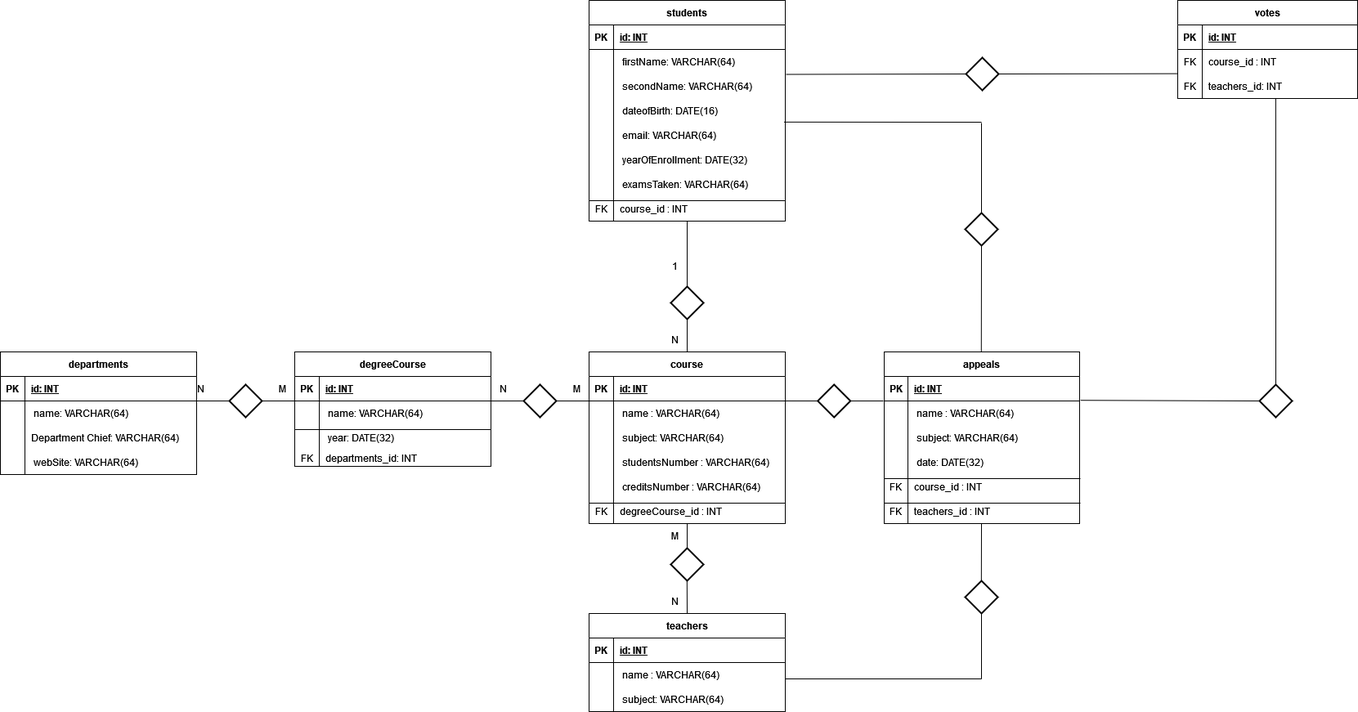
Before: db-university.drawio.png, a diagram exported from draw.io (AlessandroDiNardo/db-university). Source tidied: cells renumbered, new cells last; positions are measured from the earlier drawing's top-left corner, leaving out a move shared by most shapes.
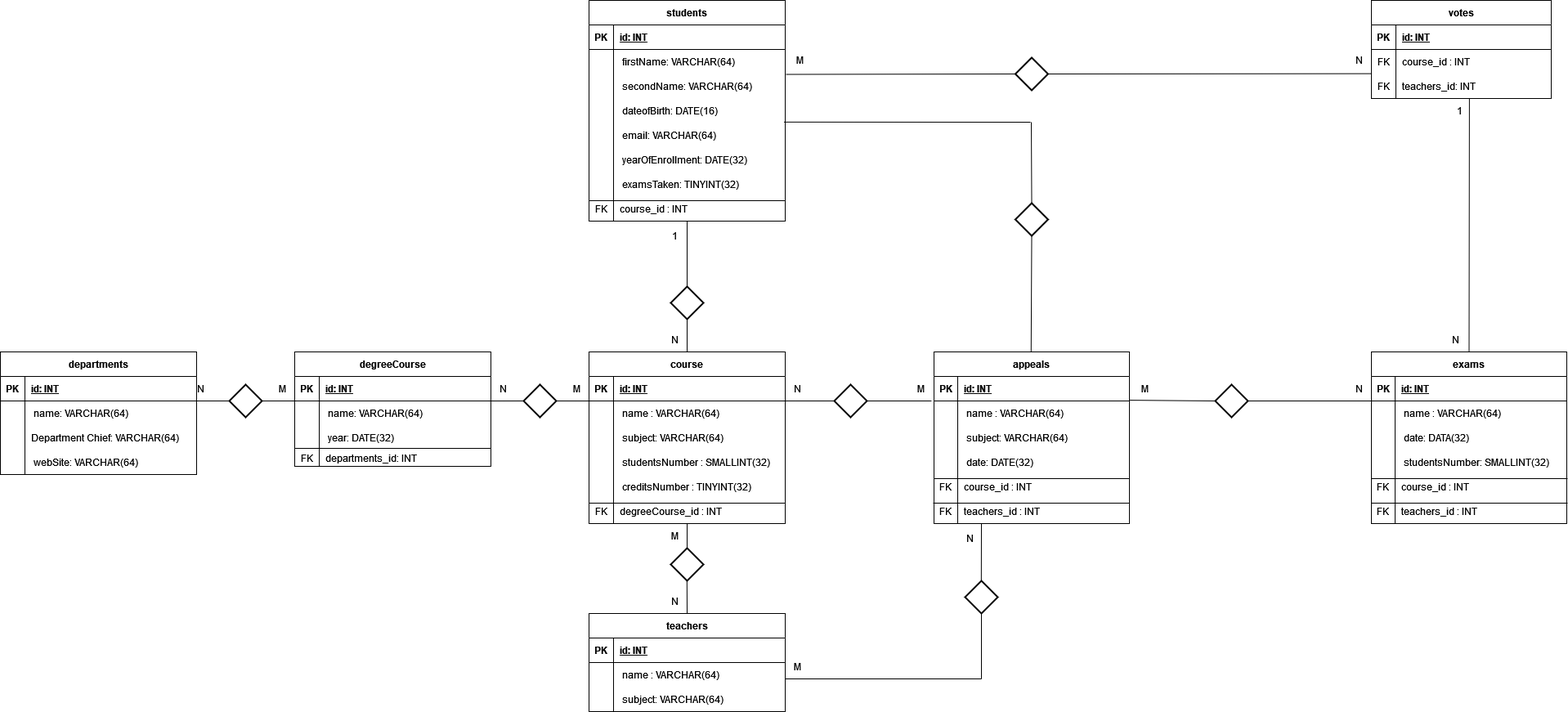
Later version of the same file.

Diff of the diagram source:
```diff
@@ -144,7 +144,7 @@
     <mxCell id="47" style="shape=partialRectangle;fillColor=none;top=0;left=0;bottom=0;right=0;overflow=hidden;labelBackgroundColor=none;rounded=0;" parent="46" vertex="1">
       <mxGeometry width="30" height="30" as="geometry" />
     </mxCell>
-    <mxCell id="48" value=" studentsNumber : VARCHAR(64)" style="shape=partialRectangle;fillColor=none;top=0;left=0;bottom=0;right=0;align=left;spacingLeft=6;overflow=hidden;verticalAlign=middle;labelBackgroundColor=none;rounded=0;" parent="46" vertex="1">
+    <mxCell id="48" value=" studentsNumber : SMALLINT(32)" style="shape=partialRectangle;fillColor=none;top=0;left=0;bottom=0;right=0;align=left;spacingLeft=6;overflow=hidden;verticalAlign=middle;labelBackgroundColor=none;rounded=0;" parent="46" vertex="1">
       <mxGeometry x="30" width="210" height="30" as="geometry" />
     </mxCell>
     <mxCell id="49" style="shape=tableRow;horizontal=0;startSize=0;swimlaneHead=0;swimlaneBody=0;fillColor=none;top=0;left=0;right=0;bottom=0;labelBackgroundColor=none;rounded=0;" parent="36" vertex="1">
@@ -153,7 +153,7 @@
     <mxCell id="50" style="shape=partialRectangle;fillColor=none;top=0;left=0;bottom=0;right=0;overflow=hidden;labelBackgroundColor=none;rounded=0;" parent="49" vertex="1">
       <mxGeometry width="30" height="30" as="geometry" />
     </mxCell>
-    <mxCell id="51" value=" creditsNumber : VARCHAR(64)" style="shape=partialRectangle;fillColor=none;top=0;left=0;bottom=0;right=0;align=left;spacingLeft=6;overflow=hidden;verticalAlign=middle;labelBackgroundColor=none;rounded=0;" parent="49" vertex="1">
+    <mxCell id="51" value=" creditsNumber : TINYINT(32)" style="shape=partialRectangle;fillColor=none;top=0;left=0;bottom=0;right=0;align=left;spacingLeft=6;overflow=hidden;verticalAlign=middle;labelBackgroundColor=none;rounded=0;" parent="49" vertex="1">
       <mxGeometry x="30" width="210" height="30" as="geometry" />
     </mxCell>
     <mxCell id="52" style="shape=tableRow;horizontal=0;startSize=0;swimlaneHead=0;swimlaneBody=0;fillColor=none;top=0;left=0;right=0;bottom=0;labelBackgroundColor=none;rounded=0;" parent="36" vertex="1">
@@ -175,7 +175,7 @@
       <mxGeometry x="720" y="610" width="240" height="10" as="geometry" />
     </mxCell>
     <mxCell id="58" style="line;strokeWidth=1;dashed=0;labelPosition=right;align=left;verticalAlign=middle;spacingTop=0;spacingLeft=6;fillColor=none;labelBackgroundColor=none;rounded=0;" parent="1" vertex="1">
-      <mxGeometry x="360" y="520" width="240" height="10" as="geometry" />
+      <mxGeometry x="360" y="543" width="240" height="10" as="geometry" />
     </mxCell>
     <mxCell id="59" style="strokeWidth=2;html=1;shape=mxgraph.flowchart.decision;whiteSpace=wrap;fillColor=none;direction=south;labelBackgroundColor=none;rounded=0;" parent="1" vertex="1">
       <mxGeometry x="820" y="670" width="40" height="40" as="geometry" />
@@ -294,7 +294,7 @@
     <mxCell id="94" style="shape=partialRectangle;fillColor=none;top=0;left=0;bottom=0;right=0;overflow=hidden;labelBackgroundColor=none;rounded=0;" parent="93" vertex="1">
       <mxGeometry width="30" height="30" as="geometry" />
     </mxCell>
-    <mxCell id="95" value=" examsTaken: VARCHAR(64)" style="shape=partialRectangle;fillColor=none;top=0;left=0;bottom=0;right=0;align=left;spacingLeft=6;overflow=hidden;verticalAlign=middle;labelBackgroundColor=none;rounded=0;" parent="93" vertex="1">
+    <mxCell id="95" value=" examsTaken: TINYINT(32)" style="shape=partialRectangle;fillColor=none;top=0;left=0;bottom=0;right=0;align=left;spacingLeft=6;overflow=hidden;verticalAlign=middle;labelBackgroundColor=none;rounded=0;" parent="93" vertex="1">
       <mxGeometry x="30" width="210" height="30" as="geometry" />
     </mxCell>
     <mxCell id="96" style="shape=tableRow;horizontal=0;startSize=0;swimlaneHead=0;swimlaneBody=0;fillColor=none;top=0;left=0;right=0;bottom=0;labelBackgroundColor=none;rounded=0;" parent="74" vertex="1">
@@ -313,7 +313,7 @@
       <mxGeometry x="810" y="400" width="30" height="30" as="geometry" />
     </mxCell>
     <mxCell id="101" value="1" style="text;html=1;align=center;verticalAlign=middle;strokeColor=none;fillColor=none;labelBackgroundColor=none;rounded=0;" parent="1" vertex="1">
-      <mxGeometry x="810" y="310" width="30" height="30" as="geometry" />
+      <mxGeometry x="810" y="273" width="30" height="30" as="geometry" />
     </mxCell>
     <mxCell id="102" value="M" style="text;html=1;align=center;verticalAlign=middle;strokeColor=none;fillColor=none;labelBackgroundColor=none;rounded=0;" parent="1" vertex="1">
       <mxGeometry x="810" y="640" width="30" height="30" as="geometry" />
@@ -322,7 +322,7 @@
       <mxGeometry x="810" y="720" width="30" height="30" as="geometry" />
     </mxCell>
     <mxCell id="104" value="appeals" style="shape=table;startSize=30;rowLines=0;fontStyle=1;align=center;labelBackgroundColor=none;rounded=0;" parent="1" vertex="1">
-      <mxGeometry x="1081" y="430" width="239" height="210" as="geometry" />
+      <mxGeometry x="1142" y="430" width="239" height="210" as="geometry" />
     </mxCell>
     <mxCell id="105" style="shape=tableRow;horizontal=0;startSize=0;swimlaneHead=0;swimlaneBody=0;fillColor=none;points=[[0,0.5],[1,0.5]];portConstraint=eastwest;top=0;left=0;right=0;bottom=1;labelBackgroundColor=none;rounded=0;" parent="104" vertex="1">
       <mxGeometry y="30" width="239" height="30" as="geometry" />
@@ -382,19 +382,17 @@
       <mxGeometry relative="1" as="geometry" />
     </mxCell>
     <mxCell id="124" style="strokeWidth=2;html=1;shape=mxgraph.flowchart.decision;whiteSpace=wrap;fillColor=none;labelBackgroundColor=none;rounded=0;" parent="1" vertex="1">
-      <mxGeometry x="999.8" y="470" width="40" height="40" as="geometry" />
+      <mxGeometry x="1020" y="470" width="40" height="40" as="geometry" />
     </mxCell>
-    <mxCell id="125" style="endArrow=none;html=1;rounded=0;startArrow=none;exitX=1;exitY=0.5;exitDx=0;exitDy=0;exitPerimeter=0;labelBackgroundColor=none;fontColor=default;" parent="1" edge="1" source="124">
-      <mxGeometry relative="1" as="geometry">
-        <mxPoint x="1080" y="490" as="targetPoint" />
-      </mxGeometry>
+    <mxCell id="125" style="endArrow=none;html=1;rounded=0;startArrow=none;exitX=1;exitY=0.5;exitDx=0;exitDy=0;exitPerimeter=0;labelBackgroundColor=none;fontColor=default;entryX=-0.013;entryY=1;entryDx=0;entryDy=0;entryPerimeter=0;" parent="1" edge="1" source="124" target="105">
+      <mxGeometry relative="1" as="geometry" />
     </mxCell>
     <mxCell id="126" style="strokeWidth=2;html=1;shape=mxgraph.flowchart.decision;whiteSpace=wrap;fillColor=none;labelBackgroundColor=none;rounded=0;" parent="1" vertex="1">
-      <mxGeometry x="1180" y="260" width="40" height="40" as="geometry" />
+      <mxGeometry x="1241.5" y="248" width="40" height="40" as="geometry" />
     </mxCell>
     <mxCell id="127" style="endArrow=none;html=1;rounded=0;startArrow=none;exitX=0.993;exitY=-0.039;exitDx=0;exitDy=0;exitPerimeter=0;labelBackgroundColor=none;fontColor=default;" parent="1" edge="1" source="87">
       <mxGeometry relative="1" as="geometry">
-        <mxPoint x="1200" y="149" as="targetPoint" />
+        <mxPoint x="1260" y="149" as="targetPoint" />
       </mxGeometry>
     </mxCell>
     <mxCell id="128" style="endArrow=none;html=1;rounded=0;startArrow=none;entryX=0.497;entryY=-0.001;entryDx=0;entryDy=0;exitX=0.5;exitY=1;exitDx=0;exitDy=0;exitPerimeter=0;entryPerimeter=0;labelBackgroundColor=none;fontColor=default;" parent="1" edge="1" source="126" target="104">
@@ -420,7 +418,7 @@
       <mxGeometry x="1180" y="710" width="40" height="40" as="geometry" />
     </mxCell>
     <mxCell id="133" value="votes" style="shape=table;startSize=30;rowLines=0;fontStyle=1;align=center;labelBackgroundColor=none;rounded=0;" parent="1" vertex="1">
-      <mxGeometry x="1440" width="220" height="120" as="geometry" />
+      <mxGeometry x="1677" width="220" height="120" as="geometry" />
     </mxCell>
     <mxCell id="134" style="shape=tableRow;horizontal=0;startSize=0;swimlaneHead=0;swimlaneBody=0;fillColor=none;top=0;left=0;right=0;bottom=1;labelBackgroundColor=none;rounded=0;" parent="133" vertex="1">
       <mxGeometry y="30" width="220" height="30" as="geometry" />
@@ -453,35 +451,129 @@
       <mxGeometry relative="1" as="geometry" />
     </mxCell>
     <mxCell id="144" style="strokeWidth=2;html=1;shape=mxgraph.flowchart.decision;whiteSpace=wrap;fillColor=none;labelBackgroundColor=none;rounded=0;" parent="1" vertex="1">
-      <mxGeometry x="1181" y="70" width="40" height="40" as="geometry" />
+      <mxGeometry x="1241.5" y="70" width="40" height="40" as="geometry" />
     </mxCell>
     <mxCell id="145" style="endArrow=none;html=1;rounded=0;startArrow=none;entryX=0.004;entryY=-0.013;entryDx=0;entryDy=0;entryPerimeter=0;exitX=1;exitY=0.5;exitDx=0;exitDy=0;exitPerimeter=0;labelBackgroundColor=none;fontColor=default;" parent="1" edge="1" source="144" target="140">
       <mxGeometry relative="1" as="geometry" />
     </mxCell>
-    <mxCell id="146" style="endArrow=none;html=1;rounded=0;startArrow=none;entryX=0;entryY=0.5;entryDx=0;entryDy=0;entryPerimeter=0;exitX=1;exitY=0.5;exitDx=0;exitDy=0;exitPerimeter=0;labelBackgroundColor=none;fontColor=default;" parent="1" edge="1" target="148">
-      <mxGeometry relative="1" as="geometry">
-        <mxPoint x="1321" y="489.2" as="sourcePoint" />
-      </mxGeometry>
+    <mxCell id="146" style="endArrow=none;html=1;rounded=0;startArrow=none;entryX=0;entryY=0.5;entryDx=0;entryDy=0;entryPerimeter=0;exitX=-0.116;exitY=0.97;exitDx=0;exitDy=0;exitPerimeter=0;labelBackgroundColor=none;fontColor=default;" parent="1" edge="1" source="179" target="148">
+      <mxGeometry relative="1" as="geometry" />
     </mxCell>
-    <mxCell id="147" style="endArrow=none;html=1;rounded=0;startArrow=none;exitX=0.545;exitY=1.01;exitDx=0;exitDy=0;exitPerimeter=0;entryX=0.5;entryY=0;entryDx=0;entryDy=0;entryPerimeter=0;labelBackgroundColor=none;fontColor=default;" parent="1" edge="1" source="140" target="148">
+    <mxCell id="147" style="endArrow=none;html=1;rounded=0;startArrow=none;exitX=0.545;exitY=1.01;exitDx=0;exitDy=0;exitPerimeter=0;entryX=0.5;entryY=0;entryDx=0;entryDy=0;labelBackgroundColor=none;fontColor=default;" parent="1" edge="1" source="140" target="153">
       <mxGeometry relative="1" as="geometry" />
     </mxCell>
     <mxCell id="148" style="strokeWidth=2;html=1;shape=mxgraph.flowchart.decision;whiteSpace=wrap;fillColor=none;labelBackgroundColor=none;rounded=0;" parent="1" vertex="1">
-      <mxGeometry x="1540" y="470" width="40" height="40" as="geometry" />
+      <mxGeometry x="1486" y="470" width="40" height="40" as="geometry" />
     </mxCell>
     <mxCell id="149" style="strokeWidth=2;html=1;shape=mxgraph.flowchart.decision;whiteSpace=wrap;fillColor=none;labelBackgroundColor=none;rounded=0;" parent="1" vertex="1">
       <mxGeometry x="820" y="350" width="40" height="40" as="geometry" />
     </mxCell>
     <mxCell id="150" style="endArrow=none;html=1;rounded=0;startArrow=none;entryX=0.5;entryY=0;entryDx=0;entryDy=0;entryPerimeter=0;labelBackgroundColor=none;fontColor=default;" parent="1" edge="1" target="126">
       <mxGeometry relative="1" as="geometry">
-        <mxPoint x="1200" y="150" as="sourcePoint" />
+        <mxPoint x="1261" y="149" as="sourcePoint" />
       </mxGeometry>
     </mxCell>
     <mxCell id="151" style="line;strokeWidth=1;dashed=0;labelPosition=right;align=left;verticalAlign=middle;spacingTop=0;spacingLeft=6;fillColor=none;labelBackgroundColor=none;rounded=0;" parent="1" vertex="1">
-      <mxGeometry x="1081" y="580" width="240" height="10" as="geometry" />
+      <mxGeometry x="1141.5" y="580" width="240" height="10" as="geometry" />
     </mxCell>
     <mxCell id="152" style="line;strokeWidth=1;dashed=0;labelPosition=right;align=left;verticalAlign=middle;spacingTop=0;spacingLeft=6;fillColor=none;labelBackgroundColor=none;rounded=0;" parent="1" vertex="1">
-      <mxGeometry x="1081" y="610" width="240" height="10" as="geometry" />
+      <mxGeometry x="1141" y="610" width="240" height="10" as="geometry" />
     </mxCell>
+    <mxCell id="153" value="exams" style="shape=table;startSize=30;rowLines=0;fontStyle=1;align=center;labelBackgroundColor=none;rounded=0;" parent="1" vertex="1">
+      <mxGeometry x="1677" y="430" width="239" height="210" as="geometry" />
+    </mxCell>
+    <mxCell id="154" style="shape=tableRow;horizontal=0;startSize=0;swimlaneHead=0;swimlaneBody=0;fillColor=none;top=0;left=0;right=0;bottom=1;labelBackgroundColor=none;rounded=0;" parent="153" vertex="1">
+      <mxGeometry y="30" width="239" height="30" as="geometry" />
+    </mxCell>
+    <mxCell id="155" value="PK" style="shape=partialRectangle;fillColor=none;top=0;left=0;bottom=0;right=0;fontStyle=1;overflow=hidden;labelBackgroundColor=none;rounded=0;" parent="154" vertex="1">
+      <mxGeometry width="29" height="30" as="geometry" />
+    </mxCell>
+    <mxCell id="156" value="id: INT" style="shape=partialRectangle;fillColor=none;top=0;left=0;bottom=0;right=0;align=left;spacingLeft=6;fontStyle=5;overflow=hidden;labelBackgroundColor=none;rounded=0;" parent="154" vertex="1">
+      <mxGeometry x="29" width="210" height="30" as="geometry" />
+    </mxCell>
+    <mxCell id="157" style="shape=tableRow;horizontal=0;startSize=0;swimlaneHead=0;swimlaneBody=0;fillColor=none;points=[[0,0.5],[1,0.5]];portConstraint=eastwest;top=0;left=0;right=0;bottom=0;labelBackgroundColor=none;rounded=0;" parent="153" vertex="1">
+      <mxGeometry y="60" width="239" height="30" as="geometry" />
+    </mxCell>
+    <mxCell id="158" style="shape=partialRectangle;fillColor=none;top=0;left=0;bottom=0;right=0;overflow=hidden;labelBackgroundColor=none;rounded=0;" parent="157" vertex="1">
+      <mxGeometry width="29" height="30" as="geometry" />
+    </mxCell>
+    <mxCell id="159" value=" name : VARCHAR(64)" style="shape=partialRectangle;fillColor=none;top=0;left=0;bottom=0;right=0;align=left;spacingLeft=6;overflow=hidden;verticalAlign=middle;labelBackgroundColor=none;rounded=0;" parent="157" vertex="1">
+      <mxGeometry x="29" width="210" height="30" as="geometry" />
+    </mxCell>
+    <mxCell id="160" style="shape=tableRow;horizontal=0;startSize=0;swimlaneHead=0;swimlaneBody=0;fillColor=none;top=0;left=0;right=0;bottom=0;labelBackgroundColor=none;rounded=0;" parent="153" vertex="1">
+      <mxGeometry y="90" width="239" height="30" as="geometry" />
+    </mxCell>
+    <mxCell id="161" style="shape=partialRectangle;fillColor=none;top=0;left=0;bottom=0;right=0;overflow=hidden;labelBackgroundColor=none;rounded=0;" parent="160" vertex="1">
+      <mxGeometry width="29" height="30" as="geometry" />
+    </mxCell>
+    <mxCell id="162" value=" date: DATA(32)" style="shape=partialRectangle;fillColor=none;top=0;left=0;bottom=0;right=0;align=left;spacingLeft=6;overflow=hidden;verticalAlign=middle;labelBackgroundColor=none;rounded=0;" parent="160" vertex="1">
+      <mxGeometry x="29" width="210" height="30" as="geometry" />
+    </mxCell>
+    <mxCell id="163" style="shape=tableRow;horizontal=0;startSize=0;swimlaneHead=0;swimlaneBody=0;fillColor=none;top=0;left=0;right=0;bottom=0;labelBackgroundColor=none;rounded=0;" parent="153" vertex="1">
+      <mxGeometry y="120" width="239" height="30" as="geometry" />
+    </mxCell>
+    <mxCell id="164" style="shape=partialRectangle;fillColor=none;top=0;left=0;bottom=0;right=0;overflow=hidden;labelBackgroundColor=none;rounded=0;" parent="163" vertex="1">
+      <mxGeometry width="29" height="30" as="geometry" />
+    </mxCell>
+    <mxCell id="165" value=" studentsNumber: SMALLINT(32)" style="shape=partialRectangle;fillColor=none;top=0;left=0;bottom=0;right=0;align=left;spacingLeft=6;overflow=hidden;verticalAlign=middle;labelBackgroundColor=none;rounded=0;" parent="163" vertex="1">
+      <mxGeometry x="29" width="210" height="30" as="geometry" />
+    </mxCell>
+    <mxCell id="166" style="shape=tableRow;horizontal=0;startSize=0;swimlaneHead=0;swimlaneBody=0;fillColor=none;top=0;left=0;right=0;bottom=0;labelBackgroundColor=none;rounded=0;" parent="153" vertex="1">
+      <mxGeometry y="150" width="239" height="30" as="geometry" />
+    </mxCell>
+    <mxCell id="167" value="FK" style="shape=partialRectangle;fillColor=none;top=0;left=0;bottom=0;right=0;overflow=hidden;labelBackgroundColor=none;rounded=0;" parent="166" vertex="1">
+      <mxGeometry width="29" height="30" as="geometry" />
+    </mxCell>
+    <mxCell id="168" value="course_id : INT" style="shape=partialRectangle;fillColor=none;top=0;left=0;bottom=0;right=0;align=left;spacingLeft=6;overflow=hidden;labelBackgroundColor=none;rounded=0;" parent="166" vertex="1">
+      <mxGeometry x="29" width="210" height="30" as="geometry" />
+    </mxCell>
+    <mxCell id="169" style="shape=tableRow;horizontal=0;startSize=0;swimlaneHead=0;swimlaneBody=0;fillColor=none;top=0;left=0;right=0;bottom=0;labelBackgroundColor=none;rounded=0;" parent="153" vertex="1">
+      <mxGeometry y="180" width="239" height="30" as="geometry" />
+    </mxCell>
+    <mxCell id="170" value="FK" style="shape=partialRectangle;fillColor=none;top=0;left=0;bottom=0;right=0;overflow=hidden;labelBackgroundColor=none;rounded=0;" parent="169" vertex="1">
+      <mxGeometry width="29" height="30" as="geometry" />
+    </mxCell>
+    <mxCell id="171" value="teachers_id : INT" style="shape=partialRectangle;fillColor=none;top=0;left=0;bottom=0;right=0;align=left;spacingLeft=6;overflow=hidden;labelBackgroundColor=none;rounded=0;" parent="169" vertex="1">
+      <mxGeometry x="29" width="210" height="30" as="geometry" />
+    </mxCell>
+    <mxCell id="172" style="line;strokeWidth=1;dashed=0;labelPosition=right;align=left;verticalAlign=middle;spacingTop=0;spacingLeft=6;fillColor=none;labelBackgroundColor=none;rounded=0;" parent="1" vertex="1">
+      <mxGeometry x="1677" y="580" width="240" height="10" as="geometry" />
+    </mxCell>
+    <mxCell id="173" style="line;strokeWidth=1;dashed=0;labelPosition=right;align=left;verticalAlign=middle;spacingTop=0;spacingLeft=6;fillColor=none;labelBackgroundColor=none;rounded=0;" parent="1" vertex="1">
+      <mxGeometry x="1677" y="610" width="240" height="10" as="geometry" />
+    </mxCell>
+    <mxCell id="174" style="endArrow=none;html=1;rounded=0;startArrow=none;entryX=0.008;entryY=0;entryDx=0;entryDy=0;entryPerimeter=0;exitX=1;exitY=0.5;exitDx=0;exitDy=0;exitPerimeter=0;labelBackgroundColor=none;fontColor=default;" parent="1" edge="1" source="148" target="157">
+      <mxGeometry relative="1" as="geometry" />
+    </mxCell>
+    <mxCell id="175" value="M" style="text;html=1;align=center;verticalAlign=middle;strokeColor=none;fillColor=none;labelBackgroundColor=none;rounded=0;" parent="1" vertex="1">
+      <mxGeometry x="1111" y="460" width="30" height="30" as="geometry" />
+    </mxCell>
+    <mxCell id="176" value="N" style="text;html=1;align=center;verticalAlign=middle;strokeColor=none;fillColor=none;labelBackgroundColor=none;rounded=0;" parent="1" vertex="1">
+      <mxGeometry x="960" y="460" width="30" height="30" as="geometry" />
+    </mxCell>
+    <mxCell id="177" value="M" style="text;html=1;align=center;verticalAlign=middle;strokeColor=none;fillColor=none;labelBackgroundColor=none;rounded=0;" parent="1" vertex="1">
+      <mxGeometry x="960" y="800" width="30" height="30" as="geometry" />
+    </mxCell>
+    <mxCell id="178" value="N" style="text;html=1;align=center;verticalAlign=middle;strokeColor=none;fillColor=none;labelBackgroundColor=none;rounded=0;" parent="1" vertex="1">
+      <mxGeometry x="1171" y="643" width="30" height="30" as="geometry" />
+    </mxCell>
+    <mxCell id="179" value="M" style="text;html=1;align=center;verticalAlign=middle;points=[];strokeColor=none;fillColor=none;labelBackgroundColor=none;rounded=0;" parent="1" vertex="1">
+      <mxGeometry x="1385" y="460" width="30" height="30" as="geometry" />
+    </mxCell>
+    <mxCell id="180" value="N" style="text;html=1;align=center;verticalAlign=middle;strokeColor=none;fillColor=none;labelBackgroundColor=none;rounded=0;" parent="1" vertex="1">
+      <mxGeometry x="1647" y="460" width="30" height="30" as="geometry" />
+    </mxCell>
+    <mxCell id="181" value="N" style="text;html=1;align=center;verticalAlign=middle;strokeColor=none;fillColor=none;labelBackgroundColor=none;rounded=0;" parent="1" vertex="1">
+      <mxGeometry x="1647" y="58" width="30" height="30" as="geometry" />
+    </mxCell>
+    <mxCell id="182" value="M" style="text;html=1;align=center;verticalAlign=middle;strokeColor=none;fillColor=none;labelBackgroundColor=none;rounded=0;" parent="1" vertex="1">
+      <mxGeometry x="963" y="58" width="30" height="30" as="geometry" />
+    </mxCell>
+    <mxCell id="183" value="N" style="text;html=1;align=center;verticalAlign=middle;strokeColor=none;fillColor=none;labelBackgroundColor=none;rounded=0;" parent="1" vertex="1">
+      <mxGeometry x="1765" y="400" width="30" height="30" as="geometry" />
+    </mxCell>
+    <mxCell id="184" value="1" style="text;html=1;align=center;verticalAlign=middle;strokeColor=none;fillColor=none;labelBackgroundColor=none;rounded=0;" parent="1" vertex="1">
+      <mxGeometry x="1772" y="122" width="25" height="26" as="geometry" />
+    </mxCell>
   </root>
 </mxGraphModel>
```
